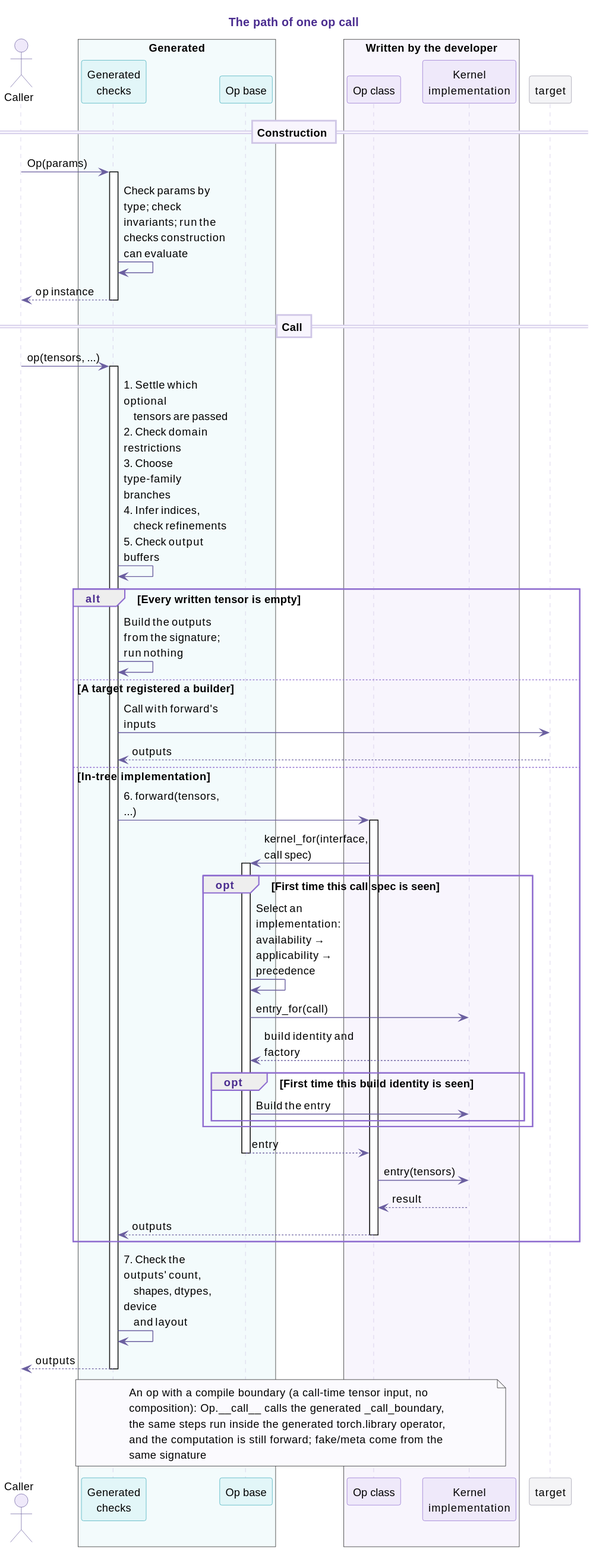
The PlantUML diagram docs/user-guide/manifest/img/call.svg in tile-ai/TileOPs.github.io, before a commit.
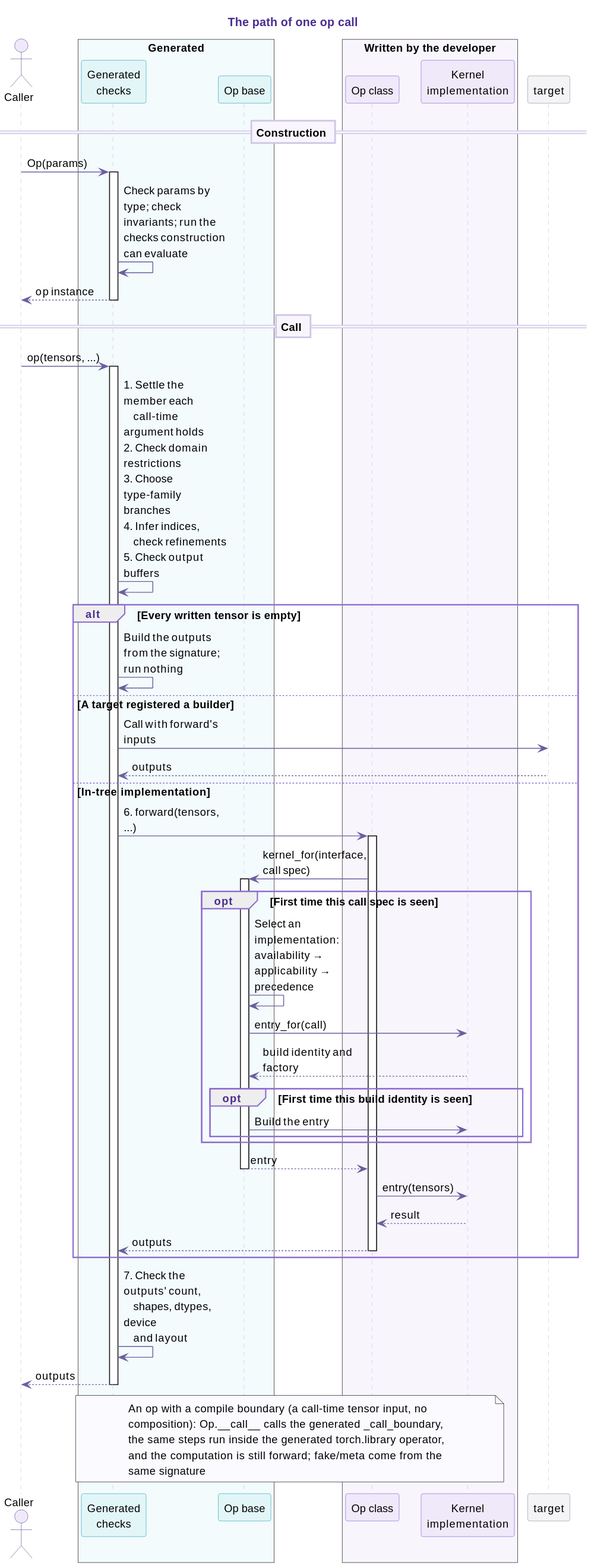
Later version of the same file.

Change to the diagram source:
```diff
@@ -53,7 +53,7 @@
 == Call ==
 caller -> chk : op(tensors, ...)
 activate chk
-chk -> chk : 1. Settle which optional\n    tensors are passed\n2. Check domain restrictions\n3. Choose type-family branches\n4. Infer indices,\n    check refinements\n5. Check output buffers
+chk -> chk : 1. Settle the member each\n    call-time argument holds\n2. Check domain restrictions\n3. Choose type-family branches\n4. Infer indices,\n    check refinements\n5. Check output buffers
 alt Every written tensor is empty
   chk -> chk : Build the outputs from the signature; run nothing
 else A target registered a builder
```
